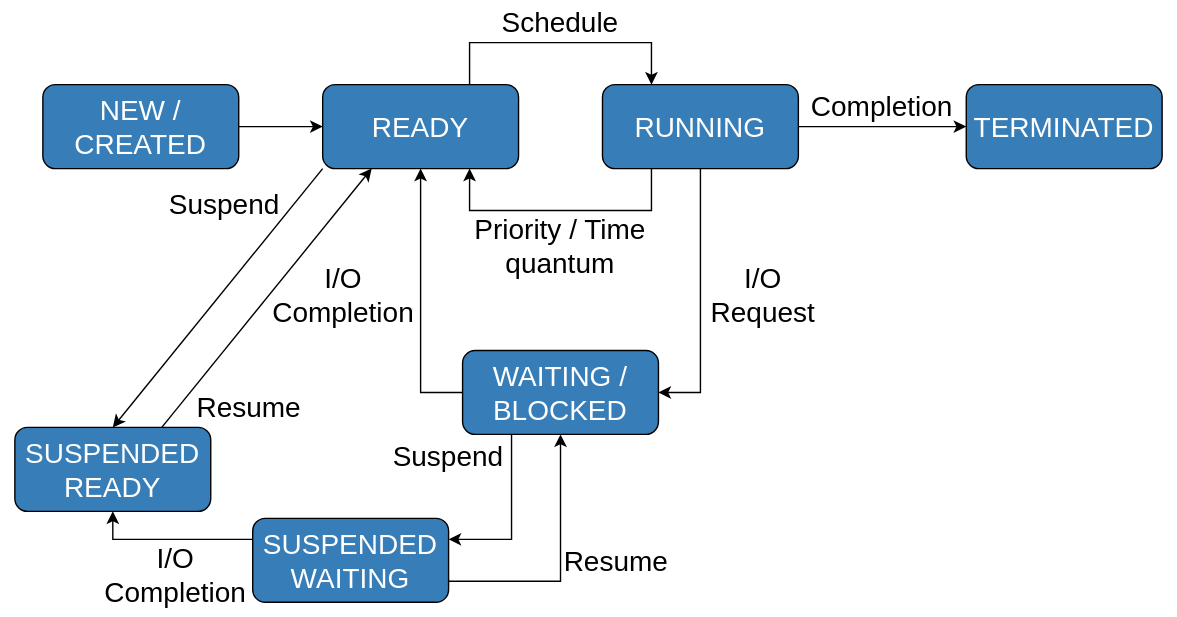
Above: content/chapters/compute/lecture/media/thread-states-extended.svg in VladNastase/operating-systems (draw.io), before the change. Source tidied: cells renumbered, new cells last; positions are measured from the earlier drawing's top-left corner, leaving out a move shared by most shapes.
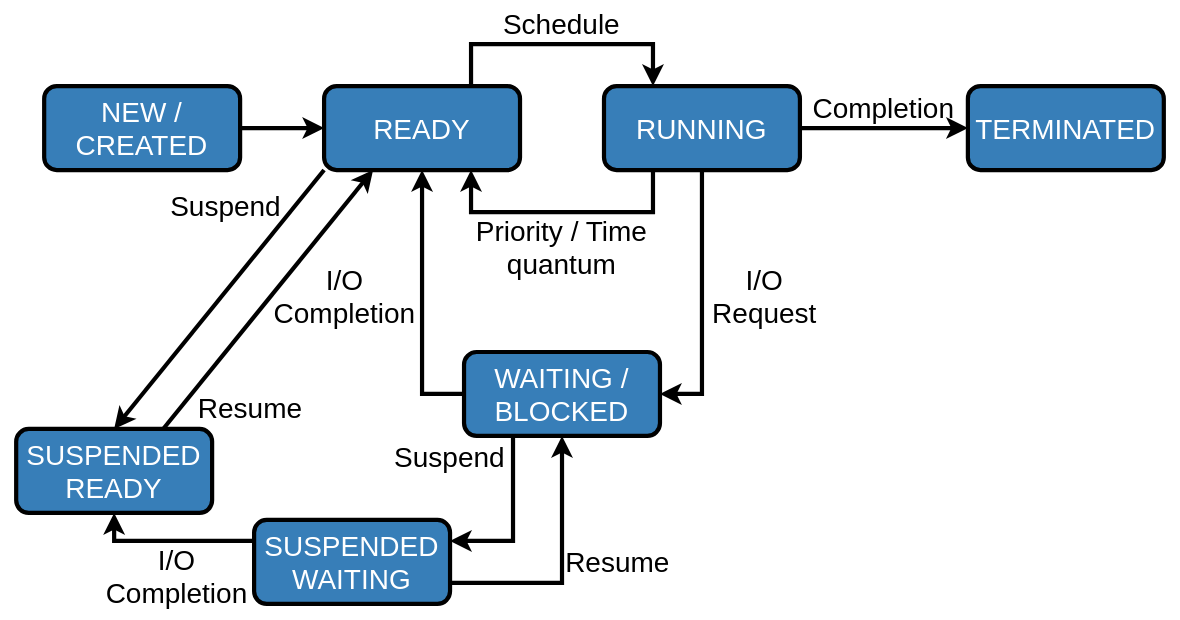
After the change.

What changed in the source:
```diff
@@ -2,28 +2,28 @@
   <root>
     <mxCell id="0" />
     <mxCell id="1" parent="0" />
-    <mxCell id="2" style="rounded=1;whiteSpace=wrap;html=1;fontSize=20;strokeColor=none;fillColor=#FFFFFF;" parent="1" vertex="1">
+    <mxCell id="2" style="rounded=1;whiteSpace=wrap;html=1;fontSize=20;strokeColor=none;fillColor=#FFFFFF;strokeWidth=3;" parent="1" vertex="1">
       <mxGeometry width="840" height="440" as="geometry" />
     </mxCell>
-    <mxCell id="3" value="NEW / CREATED" style="rounded=1;whiteSpace=wrap;html=1;fontSize=20;fillColor=#377EB8;strokeColor=#000000;fontColor=#FFFFFF;" parent="1" vertex="1">
+    <mxCell id="3" value="NEW / CREATED" style="rounded=1;whiteSpace=wrap;html=1;fontSize=20;fillColor=#377EB8;strokeColor=#000000;fontColor=#FFFFFF;strokeWidth=3;" parent="1" vertex="1">
       <mxGeometry x="30" y="60" width="140" height="60" as="geometry" />
     </mxCell>
-    <mxCell id="4" value="READY" style="rounded=1;whiteSpace=wrap;html=1;fontSize=20;fillColor=#377EB8;strokeColor=#000000;fontColor=#FFFFFF;" parent="1" vertex="1">
+    <mxCell id="4" value="READY" style="rounded=1;whiteSpace=wrap;html=1;fontSize=20;fillColor=#377EB8;strokeColor=#000000;fontColor=#FFFFFF;strokeWidth=3;" parent="1" vertex="1">
       <mxGeometry x="230" y="60" width="140" height="60" as="geometry" />
     </mxCell>
-    <mxCell id="5" value="RUNNING" style="rounded=1;whiteSpace=wrap;html=1;fontSize=20;fillColor=#377EB8;strokeColor=#000000;fontColor=#FFFFFF;" parent="1" vertex="1">
+    <mxCell id="5" value="RUNNING" style="rounded=1;whiteSpace=wrap;html=1;fontSize=20;fillColor=#377EB8;strokeColor=#000000;fontColor=#FFFFFF;strokeWidth=3;" parent="1" vertex="1">
       <mxGeometry x="430" y="60" width="140" height="60" as="geometry" />
     </mxCell>
-    <mxCell id="6" value="TERMINATED" style="rounded=1;whiteSpace=wrap;html=1;fontSize=20;fillColor=#377EB8;strokeColor=#000000;fontColor=#FFFFFF;" parent="1" vertex="1">
+    <mxCell id="6" value="TERMINATED" style="rounded=1;whiteSpace=wrap;html=1;fontSize=20;fillColor=#377EB8;strokeColor=#000000;fontColor=#FFFFFF;strokeWidth=3;" parent="1" vertex="1">
       <mxGeometry x="690" y="60" width="140" height="60" as="geometry" />
     </mxCell>
-    <mxCell id="7" value="WAITING / BLOCKED" style="rounded=1;whiteSpace=wrap;html=1;fontSize=20;fillColor=#377EB8;strokeColor=#000000;fontColor=#FFFFFF;" parent="1" vertex="1">
+    <mxCell id="7" value="WAITING / BLOCKED" style="rounded=1;whiteSpace=wrap;html=1;fontSize=20;fillColor=#377EB8;strokeColor=#000000;fontColor=#FFFFFF;strokeWidth=3;" parent="1" vertex="1">
       <mxGeometry x="330" y="250" width="140" height="60" as="geometry" />
     </mxCell>
-    <mxCell id="8" style="endArrow=classic;html=1;rounded=0;entryX=0;entryY=0.5;entryDx=0;entryDy=0;exitX=1;exitY=0.5;exitDx=0;exitDy=0;fontSize=20;" parent="1" edge="1" source="3" target="4">
+    <mxCell id="8" style="endArrow=classic;html=1;rounded=0;entryX=0;entryY=0.5;entryDx=0;entryDy=0;exitX=1;exitY=0.5;exitDx=0;exitDy=0;fontSize=20;strokeWidth=3;" parent="1" edge="1" source="3" target="4">
       <mxGeometry relative="1" as="geometry" />
     </mxCell>
-    <mxCell id="9" style="endArrow=classic;html=1;rounded=0;fontSize=20;entryX=0.25;entryY=0;entryDx=0;entryDy=0;exitX=0.75;exitY=0;exitDx=0;exitDy=0;" parent="1" edge="1" source="4" target="5">
+    <mxCell id="9" style="endArrow=classic;html=1;rounded=0;fontSize=20;entryX=0.25;entryY=0;entryDx=0;entryDy=0;exitX=0.75;exitY=0;exitDx=0;exitDy=0;strokeWidth=3;" parent="1" edge="1" source="4" target="5">
       <mxGeometry relative="1" as="geometry">
         <Array as="points">
           <mxPoint x="335" y="30" />
@@ -32,7 +32,7 @@
         </Array>
       </mxGeometry>
     </mxCell>
-    <mxCell id="10" style="endArrow=classic;html=1;rounded=0;fontSize=20;entryX=0.75;entryY=1;entryDx=0;entryDy=0;exitX=0.25;exitY=1;exitDx=0;exitDy=0;" parent="1" edge="1" source="5" target="4">
+    <mxCell id="10" style="endArrow=classic;html=1;rounded=0;fontSize=20;entryX=0.75;entryY=1;entryDx=0;entryDy=0;exitX=0.25;exitY=1;exitDx=0;exitDy=0;strokeWidth=3;" parent="1" edge="1" source="5" target="4">
       <mxGeometry relative="1" as="geometry">
         <Array as="points">
           <mxPoint x="465" y="150" />
@@ -41,14 +41,14 @@
         </Array>
       </mxGeometry>
     </mxCell>
-    <mxCell id="11" style="endArrow=classic;html=1;rounded=0;fontSize=20;entryX=1;entryY=0.5;entryDx=0;entryDy=0;exitX=0.5;exitY=1;exitDx=0;exitDy=0;" parent="1" edge="1" source="5" target="7">
+    <mxCell id="11" style="endArrow=classic;html=1;rounded=0;fontSize=20;entryX=1;entryY=0.5;entryDx=0;entryDy=0;exitX=0.5;exitY=1;exitDx=0;exitDy=0;strokeWidth=3;" parent="1" edge="1" source="5" target="7">
       <mxGeometry relative="1" as="geometry">
         <Array as="points">
           <mxPoint x="500" y="280" />
         </Array>
       </mxGeometry>
     </mxCell>
-    <mxCell id="12" style="endArrow=classic;html=1;rounded=0;fontSize=20;entryX=0.5;entryY=1;entryDx=0;entryDy=0;exitX=0;exitY=0.5;exitDx=0;exitDy=0;" parent="1" edge="1" source="7" target="4">
+    <mxCell id="12" style="endArrow=classic;html=1;rounded=0;fontSize=20;entryX=0.5;entryY=1;entryDx=0;entryDy=0;exitX=0;exitY=0.5;exitDx=0;exitDy=0;strokeWidth=3;" parent="1" edge="1" source="7" target="4">
       <mxGeometry relative="1" as="geometry">
         <Array as="points">
           <mxPoint x="300" y="280" />
@@ -56,70 +56,70 @@
         </Array>
       </mxGeometry>
     </mxCell>
-    <mxCell id="13" value="Schedule" style="text;html=1;strokeColor=none;fillColor=none;align=center;verticalAlign=middle;whiteSpace=wrap;rounded=0;fontSize=20;" parent="1" vertex="1">
+    <mxCell id="13" value="Schedule" style="text;html=1;strokeColor=none;fillColor=none;align=center;verticalAlign=middle;whiteSpace=wrap;rounded=0;fontSize=20;strokeWidth=3;" parent="1" vertex="1">
       <mxGeometry x="355" width="90" height="30" as="geometry" />
     </mxCell>
-    <mxCell id="14" value="Priority / Time quantum" style="text;html=1;strokeColor=none;fillColor=none;align=center;verticalAlign=middle;whiteSpace=wrap;rounded=0;fontSize=20;" parent="1" vertex="1">
+    <mxCell id="14" value="Priority / Time quantum" style="text;html=1;strokeColor=none;fillColor=none;align=center;verticalAlign=middle;whiteSpace=wrap;rounded=0;fontSize=20;strokeWidth=3;" parent="1" vertex="1">
       <mxGeometry x="311.2" y="150" width="177.5" height="50" as="geometry" />
     </mxCell>
-    <mxCell id="15" value="&lt;div style=&quot;font-size: 20px;&quot;&gt;I/O&lt;/div&gt;&lt;div style=&quot;font-size: 20px;&quot;&gt;Request&lt;br style=&quot;font-size: 20px;&quot;&gt;&lt;/div&gt;" style="text;html=1;strokeColor=none;fillColor=none;align=center;verticalAlign=middle;whiteSpace=wrap;rounded=0;fontSize=20;" parent="1" vertex="1">
+    <mxCell id="15" value="&lt;div style=&quot;font-size: 20px;&quot;&gt;I/O&lt;/div&gt;&lt;div style=&quot;font-size: 20px;&quot;&gt;Request&lt;br style=&quot;font-size: 20px;&quot;&gt;&lt;/div&gt;" style="text;html=1;strokeColor=none;fillColor=none;align=center;verticalAlign=middle;whiteSpace=wrap;rounded=0;fontSize=20;strokeWidth=3;" parent="1" vertex="1">
       <mxGeometry x="500" y="195" width="90" height="30" as="geometry" />
     </mxCell>
-    <mxCell id="16" value="&lt;div style=&quot;font-size: 20px;&quot;&gt;I/O&lt;/div&gt;&lt;div style=&quot;font-size: 20px;&quot;&gt;Completion&lt;br style=&quot;font-size: 20px;&quot;&gt;&lt;/div&gt;" style="text;html=1;strokeColor=none;fillColor=none;align=center;verticalAlign=middle;whiteSpace=wrap;rounded=0;fontSize=20;" parent="1" vertex="1">
+    <mxCell id="16" value="&lt;div style=&quot;font-size: 20px;&quot;&gt;I/O&lt;/div&gt;&lt;div style=&quot;font-size: 20px;&quot;&gt;Completion&lt;br style=&quot;font-size: 20px;&quot;&gt;&lt;/div&gt;" style="text;html=1;strokeColor=none;fillColor=none;align=center;verticalAlign=middle;whiteSpace=wrap;rounded=0;fontSize=20;strokeWidth=3;" parent="1" vertex="1">
       <mxGeometry x="190" y="190" width="110" height="40" as="geometry" />
     </mxCell>
-    <mxCell id="17" style="endArrow=classic;html=1;rounded=0;fontSize=20;entryX=0;entryY=0.5;entryDx=0;entryDy=0;exitX=1;exitY=0.5;exitDx=0;exitDy=0;" parent="1" edge="1" source="5" target="6">
+    <mxCell id="17" style="endArrow=classic;html=1;rounded=0;fontSize=20;entryX=0;entryY=0.5;entryDx=0;entryDy=0;exitX=1;exitY=0.5;exitDx=0;exitDy=0;strokeWidth=3;" parent="1" edge="1" source="5" target="6">
       <mxGeometry relative="1" as="geometry" />
     </mxCell>
-    <mxCell id="18" value="Completion" style="text;html=1;strokeColor=none;fillColor=none;align=center;verticalAlign=middle;whiteSpace=wrap;rounded=0;fontSize=20;" parent="1" vertex="1">
+    <mxCell id="18" value="Completion" style="text;html=1;strokeColor=none;fillColor=none;align=center;verticalAlign=middle;whiteSpace=wrap;rounded=0;fontSize=20;strokeWidth=3;" parent="1" vertex="1">
       <mxGeometry x="580" y="60" width="100" height="30" as="geometry" />
     </mxCell>
-    <mxCell id="19" style="endArrow=classic;html=1;rounded=0;fontSize=20;entryX=0.5;entryY=1;entryDx=0;entryDy=0;exitX=1;exitY=0.75;exitDx=0;exitDy=0;" parent="1" edge="1" source="28" target="7">
+    <mxCell id="19" style="endArrow=classic;html=1;rounded=0;fontSize=20;entryX=0.5;entryY=1;entryDx=0;entryDy=0;exitX=1;exitY=0.75;exitDx=0;exitDy=0;strokeWidth=3;" parent="1" edge="1" source="28" target="7">
       <mxGeometry relative="1" as="geometry">
         <Array as="points">
           <mxPoint x="400" y="415" />
         </Array>
       </mxGeometry>
     </mxCell>
-    <mxCell id="20" style="endArrow=classic;html=1;rounded=0;fontSize=20;entryX=1;entryY=0.25;entryDx=0;entryDy=0;exitX=0.25;exitY=1;exitDx=0;exitDy=0;" parent="1" edge="1" source="7" target="28">
+    <mxCell id="20" style="endArrow=classic;html=1;rounded=0;fontSize=20;entryX=1;entryY=0.25;entryDx=0;entryDy=0;exitX=0.25;exitY=1;exitDx=0;exitDy=0;strokeWidth=3;" parent="1" edge="1" source="7" target="28">
       <mxGeometry relative="1" as="geometry">
         <Array as="points">
           <mxPoint x="365" y="385" />
         </Array>
       </mxGeometry>
     </mxCell>
-    <mxCell id="21" value="&lt;div style=&quot;font-size: 20px;&quot;&gt;SUSPENDED&lt;/div&gt;&lt;div style=&quot;font-size: 20px;&quot;&gt;READY&lt;br style=&quot;font-size: 20px;&quot;&gt;&lt;/div&gt;" style="rounded=1;whiteSpace=wrap;html=1;fontSize=20;fillColor=#377EB8;strokeColor=#000000;fontColor=#FFFFFF;" parent="1" vertex="1">
+    <mxCell id="21" value="&lt;div style=&quot;font-size: 20px;&quot;&gt;SUSPENDED&lt;/div&gt;&lt;div style=&quot;font-size: 20px;&quot;&gt;READY&lt;br style=&quot;font-size: 20px;&quot;&gt;&lt;/div&gt;" style="rounded=1;whiteSpace=wrap;html=1;fontSize=20;fillColor=#377EB8;strokeColor=#000000;fontColor=#FFFFFF;strokeWidth=3;" parent="1" vertex="1">
       <mxGeometry x="10" y="305" width="140" height="60" as="geometry" />
     </mxCell>
-    <mxCell id="22" style="endArrow=classic;html=1;rounded=0;fontSize=20;entryX=0.25;entryY=1;entryDx=0;entryDy=0;exitX=0.75;exitY=0;exitDx=0;exitDy=0;" parent="1" edge="1" source="21" target="4">
+    <mxCell id="22" style="endArrow=classic;html=1;rounded=0;fontSize=20;entryX=0.25;entryY=1;entryDx=0;entryDy=0;exitX=0.75;exitY=0;exitDx=0;exitDy=0;strokeWidth=3;" parent="1" edge="1" source="21" target="4">
       <mxGeometry relative="1" as="geometry" />
     </mxCell>
-    <mxCell id="23" style="endArrow=classic;html=1;rounded=0;fontSize=20;entryX=0.5;entryY=0;entryDx=0;entryDy=0;exitX=0;exitY=1;exitDx=0;exitDy=0;" parent="1" edge="1" source="4" target="21">
+    <mxCell id="23" style="endArrow=classic;html=1;rounded=0;fontSize=20;entryX=0.5;entryY=0;entryDx=0;entryDy=0;exitX=0;exitY=1;exitDx=0;exitDy=0;strokeWidth=3;" parent="1" edge="1" source="4" target="21">
       <mxGeometry relative="1" as="geometry" />
     </mxCell>
-    <mxCell id="24" value="&lt;div style=&quot;font-size: 20px;&quot;&gt;Resume&lt;/div&gt;" style="text;html=1;strokeColor=none;fillColor=none;align=center;verticalAlign=middle;whiteSpace=wrap;rounded=0;fontSize=20;rotation=0;" parent="1" vertex="1">
+    <mxCell id="24" value="&lt;div style=&quot;font-size: 20px;&quot;&gt;Resume&lt;/div&gt;" style="text;html=1;strokeColor=none;fillColor=none;align=center;verticalAlign=middle;whiteSpace=wrap;rounded=0;fontSize=20;rotation=0;strokeWidth=3;" parent="1" vertex="1">
       <mxGeometry x="140" y="275" width="75" height="30" as="geometry" />
     </mxCell>
-    <mxCell id="25" value="Suspend" style="text;html=1;strokeColor=none;fillColor=none;align=center;verticalAlign=middle;whiteSpace=wrap;rounded=0;fontSize=20;rotation=0;" parent="1" vertex="1">
+    <mxCell id="25" value="Suspend" style="text;html=1;strokeColor=none;fillColor=none;align=center;verticalAlign=middle;whiteSpace=wrap;rounded=0;fontSize=20;rotation=0;strokeWidth=3;" parent="1" vertex="1">
       <mxGeometry x="120" y="130" width="80" height="30" as="geometry" />
     </mxCell>
-    <mxCell id="26" value="Resume" style="text;html=1;strokeColor=none;fillColor=none;align=center;verticalAlign=middle;whiteSpace=wrap;rounded=0;fontSize=20;" parent="1" vertex="1">
+    <mxCell id="26" value="Resume" style="text;html=1;strokeColor=none;fillColor=none;align=center;verticalAlign=middle;whiteSpace=wrap;rounded=0;fontSize=20;strokeWidth=3;" parent="1" vertex="1">
       <mxGeometry x="400" y="385" width="80" height="30" as="geometry" />
     </mxCell>
-    <mxCell id="27" value="Suspend" style="text;html=1;strokeColor=none;fillColor=none;align=center;verticalAlign=middle;whiteSpace=wrap;rounded=0;fontSize=20;" parent="1" vertex="1">
+    <mxCell id="27" value="Suspend" style="text;html=1;strokeColor=none;fillColor=none;align=center;verticalAlign=middle;whiteSpace=wrap;rounded=0;fontSize=20;strokeWidth=3;" parent="1" vertex="1">
       <mxGeometry x="280" y="310" width="80" height="30" as="geometry" />
     </mxCell>
-    <mxCell id="28" value="&lt;div style=&quot;font-size: 20px;&quot;&gt;SUSPENDED&lt;/div&gt;&lt;div style=&quot;font-size: 20px;&quot;&gt;WAITING&lt;br style=&quot;font-size: 20px;&quot;&gt;&lt;/div&gt;" style="rounded=1;whiteSpace=wrap;html=1;fontSize=20;fillColor=#377EB8;strokeColor=#000000;fontColor=#FFFFFF;" parent="1" vertex="1">
+    <mxCell id="28" value="&lt;div style=&quot;font-size: 20px;&quot;&gt;SUSPENDED&lt;/div&gt;&lt;div style=&quot;font-size: 20px;&quot;&gt;WAITING&lt;br style=&quot;font-size: 20px;&quot;&gt;&lt;/div&gt;" style="rounded=1;whiteSpace=wrap;html=1;fontSize=20;fillColor=#377EB8;strokeColor=#000000;fontColor=#FFFFFF;strokeWidth=3;" parent="1" vertex="1">
       <mxGeometry x="180" y="370" width="140" height="60" as="geometry" />
     </mxCell>
-    <mxCell id="29" style="endArrow=classic;html=1;rounded=0;entryX=0.5;entryY=1;entryDx=0;entryDy=0;exitX=0;exitY=0.25;exitDx=0;exitDy=0;fontSize=20;" parent="1" edge="1" source="28" target="21">
+    <mxCell id="29" style="endArrow=classic;html=1;rounded=0;entryX=0.5;entryY=1;entryDx=0;entryDy=0;exitX=0;exitY=0.25;exitDx=0;exitDy=0;fontSize=20;strokeWidth=3;" parent="1" edge="1" source="28" target="21">
       <mxGeometry relative="1" as="geometry">
         <Array as="points">
           <mxPoint x="80" y="385" />
         </Array>
       </mxGeometry>
     </mxCell>
-    <mxCell id="30" value="&lt;div style=&quot;font-size: 20px;&quot;&gt;I/O&lt;/div&gt;&lt;div style=&quot;font-size: 20px;&quot;&gt;Completion&lt;br style=&quot;font-size: 20px;&quot;&gt;&lt;/div&gt;" style="text;html=1;strokeColor=none;fillColor=none;align=center;verticalAlign=middle;whiteSpace=wrap;rounded=0;fontSize=20;" parent="1" vertex="1">
+    <mxCell id="30" value="&lt;div style=&quot;font-size: 20px;&quot;&gt;I/O&lt;/div&gt;&lt;div style=&quot;font-size: 20px;&quot;&gt;Completion&lt;br style=&quot;font-size: 20px;&quot;&gt;&lt;/div&gt;" style="text;html=1;strokeColor=none;fillColor=none;align=center;verticalAlign=middle;whiteSpace=wrap;rounded=0;fontSize=20;strokeWidth=3;" parent="1" vertex="1">
       <mxGeometry x="70" y="390" width="110" height="40" as="geometry" />
     </mxCell>
   </root>
```
